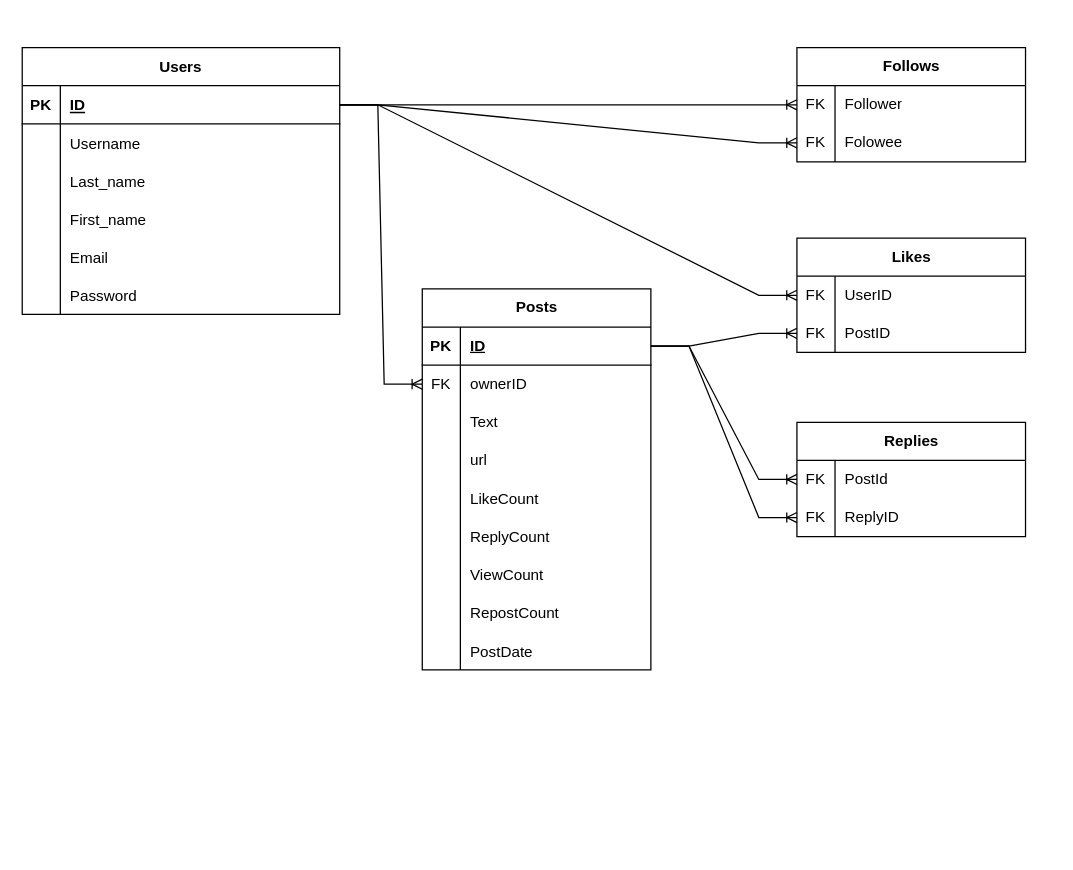
This is Documentation/TwiterDB.drawio from DavidUKr/Twiter, a draw.io file, before an edit. Source tidied: cells renumbered, new cells numbered last; positions are measured from the earlier drawing's top-left corner, leaving out a move shared by most shapes. Both pictures are drawn from the tidied source at 127%, with x=0, y=0 at pixel (22, 47).
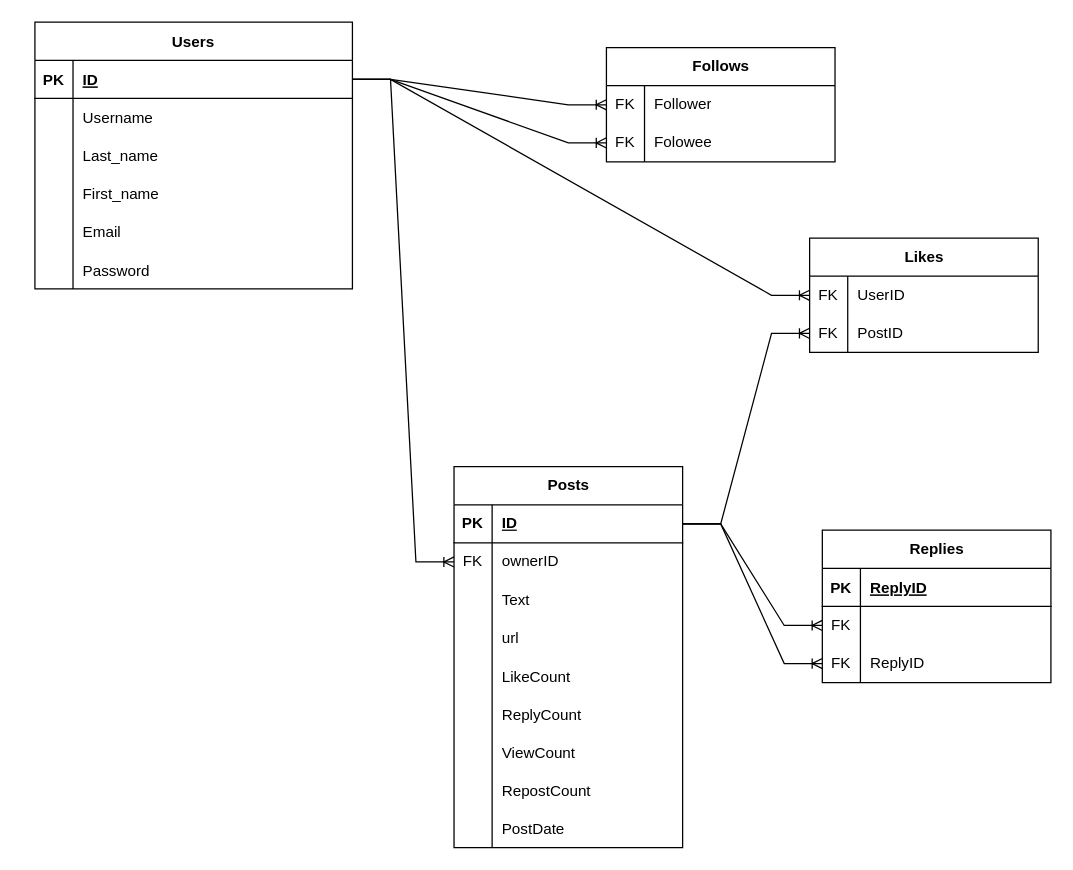
The same page after the edit.

The edit, as a diff of the source:
```diff
@@
     <mxCell id="2" value="Users" style="shape=table;startSize=30;childLayout=tableLayout;rowLines=0;fontStyle=1;align=center;" parent="1" vertex="1">
-      <mxGeometry width="250" height="210" as="geometry" />
+      <mxGeometry x="10" y="-20" width="250" height="210" as="geometry" />
     </mxCell>
@@
     <mxCell id="21" value="Follows" style="shape=table;startSize=30;childLayout=tableLayout;rowLines=0;fontStyle=1;align=center;html=1;" parent="1" vertex="1">
-      <mxGeometry x="610" width="180" height="90" as="geometry" />
+      <mxGeometry x="460" width="180" height="90" as="geometry" />
     </mxCell>
@@
     <mxCell id="30" value="Posts" style="shape=table;startSize=30;childLayout=tableLayout;rowLines=0;fontStyle=1;align=center;html=1;" parent="1" vertex="1">
-      <mxGeometry x="315" y="190" width="180" height="300" as="geometry" />
+      <mxGeometry x="340" y="330" width="180" height="300" as="geometry" />
     </mxCell>
@@
     <mxCell id="59" value="Replies" style="shape=table;startSize=30;childLayout=tableLayout;rowLines=0;fontStyle=1;align=center;html=1;" parent="1" vertex="1">
-      <mxGeometry x="610" y="295" width="180" height="90" as="geometry" />
+      <mxGeometry x="630" y="380" width="180" height="120" as="geometry" />
     </mxCell>
+    <mxCell id="77" style="shape=tableRow;horizontal=0;startSize=0;swimlaneHead=0;swimlaneBody=0;fillColor=none;top=0;left=0;right=0;bottom=1;" parent="59" vertex="1">
+      <mxGeometry y="30" width="180" height="30" as="geometry" />
+    </mxCell>
+    <mxCell id="78" value="PK" style="shape=partialRectangle;fillColor=none;top=0;left=0;bottom=0;right=0;fontStyle=1;overflow=hidden;" parent="77" vertex="1">
+      <mxGeometry width="30" height="30" as="geometry" />
+    </mxCell>
+    <mxCell id="79" value="ReplyID" style="shape=partialRectangle;fillColor=none;top=0;left=0;bottom=0;right=0;align=left;spacingLeft=6;fontStyle=5;overflow=hidden;" parent="77" vertex="1">
+      <mxGeometry x="30" width="150" height="30" as="geometry" />
+    </mxCell>
     <mxCell id="60" style="shape=tableRow;horizontal=0;startSize=0;swimlaneHead=0;swimlaneBody=0;fillColor=none;points=[[0,0.5],[1,0.5]];portConstraint=eastwest;top=0;left=0;right=0;bottom=0;" parent="59" vertex="1">
-      <mxGeometry y="30" width="180" height="30" as="geometry" />
+      <mxGeometry y="60" width="180" height="30" as="geometry" />
     </mxCell>
@@
-    <mxCell id="62" value="PostId" style="shape=partialRectangle;fillColor=none;top=0;left=0;bottom=0;right=0;align=left;spacingLeft=6;fontStyle=0;overflow=hidden;whiteSpace=wrap;html=1;" parent="60" vertex="1">
+    <mxCell id="62" value="&amp;nbsp;" style="shape=partialRectangle;fillColor=none;top=0;left=0;bottom=0;right=0;align=left;spacingLeft=6;fontStyle=0;overflow=hidden;whiteSpace=wrap;html=1;" parent="60" vertex="1">
       <mxGeometry x="30" width="150" height="30" as="geometry" />
     </mxCell>
     <mxCell id="63" style="shape=tableRow;horizontal=0;startSize=0;swimlaneHead=0;swimlaneBody=0;fillColor=none;points=[[0,0.5],[1,0.5]];portConstraint=eastwest;top=0;left=0;right=0;bottom=0;" parent="59" vertex="1">
-      <mxGeometry y="60" width="180" height="30" as="geometry" />
+      <mxGeometry y="90" width="180" height="30" as="geometry" />
     </mxCell>
@@
     <mxCell id="68" value="Likes" style="shape=table;startSize=30;childLayout=tableLayout;rowLines=0;fontStyle=1;align=center;html=1;" parent="1" vertex="1">
-      <mxGeometry x="610" y="150" width="180" height="90" as="geometry" />
+      <mxGeometry x="620" y="150" width="180" height="90" as="geometry" />
     </mxCell>
```
